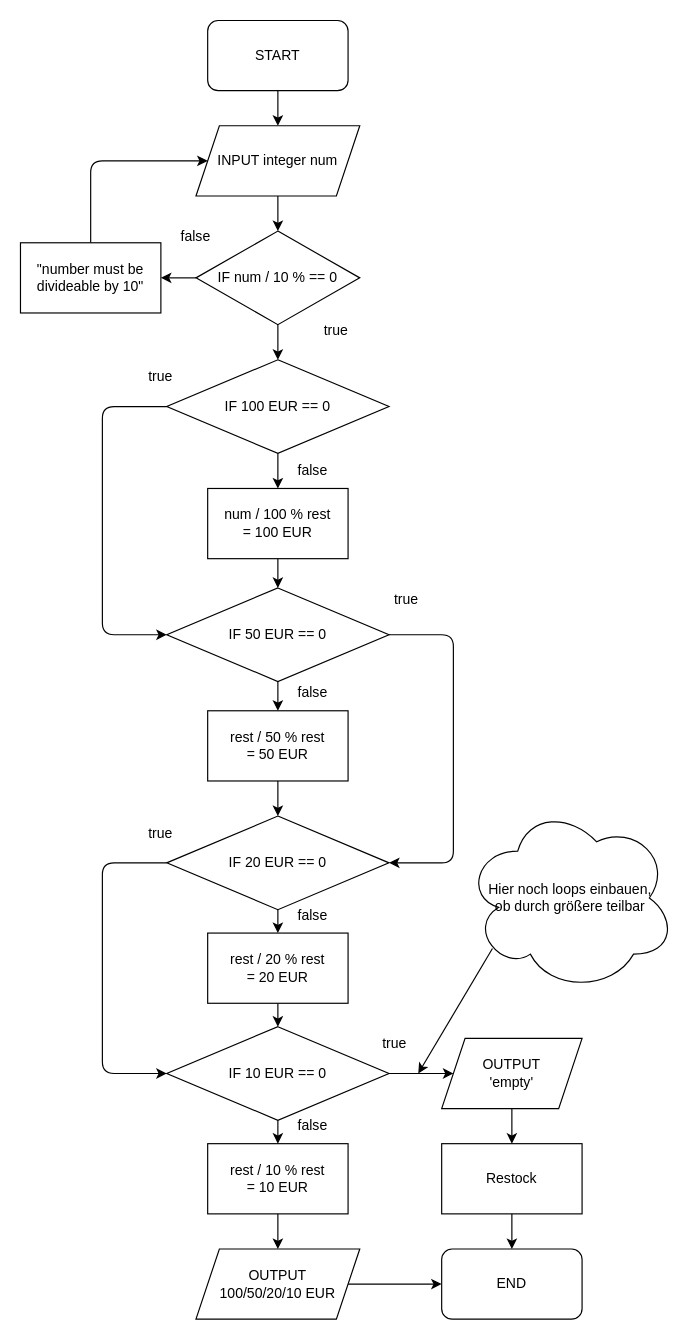
Before: page "atm-machine" (3 of 4) of algorithms/claus/guess-number.drawio in TamaraZolnajic/FE16-Algorithms-Day1-Tamara-Claus, a draw.io diagram. Source tidied: cells renumbered, new cells numbered last; positions are measured from the earlier drawing's top-left corner, leaving out a move shared by most shapes. Both pictures are drawn from the tidied source at 117%, with x=0, y=0 at pixel (20, 20).
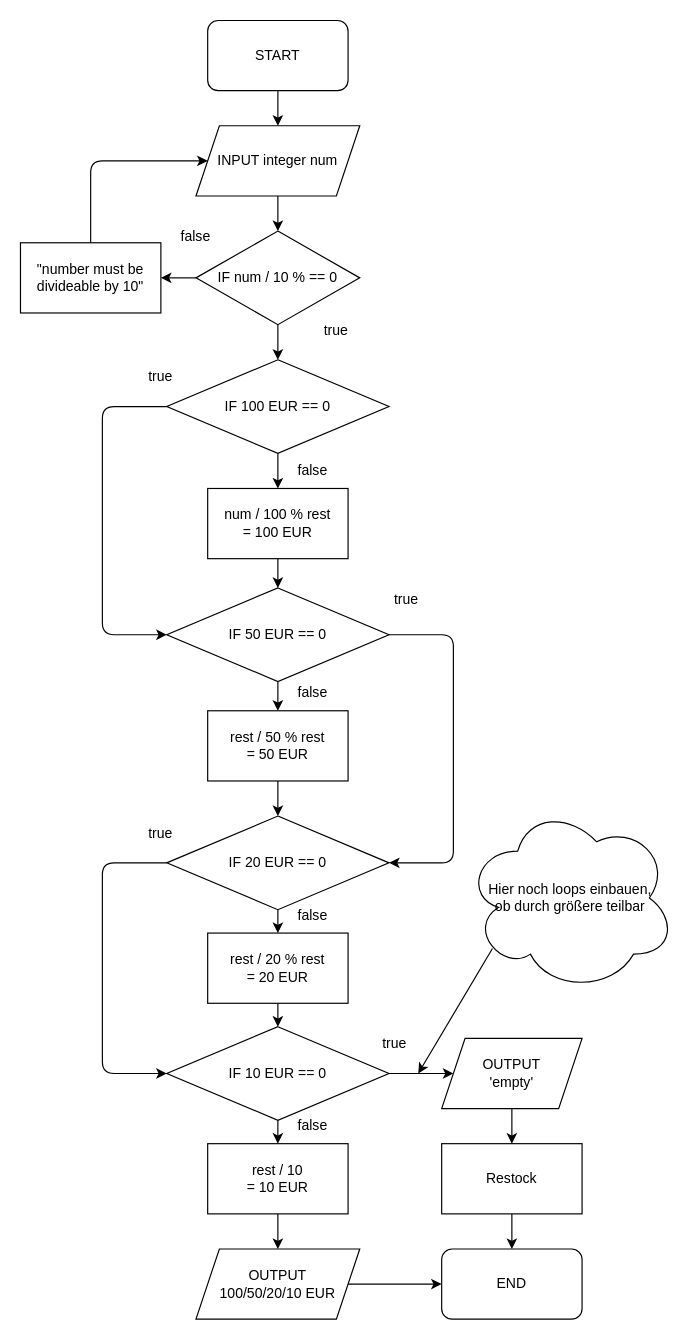
The same diagram, later.

Commit message:
bubble sort

Change to the diagram source:
```diff
@@
-    <mxCell id="20" value="rest / 10 % rest&lt;br&gt;= 10 EUR" style="whiteSpace=wrap;html=1;" parent="1" vertex="1">
+    <mxCell id="20" value="rest / 10&lt;br&gt;= 10 EUR" style="whiteSpace=wrap;html=1;" parent="1" vertex="1">
       <mxGeometry x="160" y="960" width="120" height="60" as="geometry" />
     </mxCell>
```
